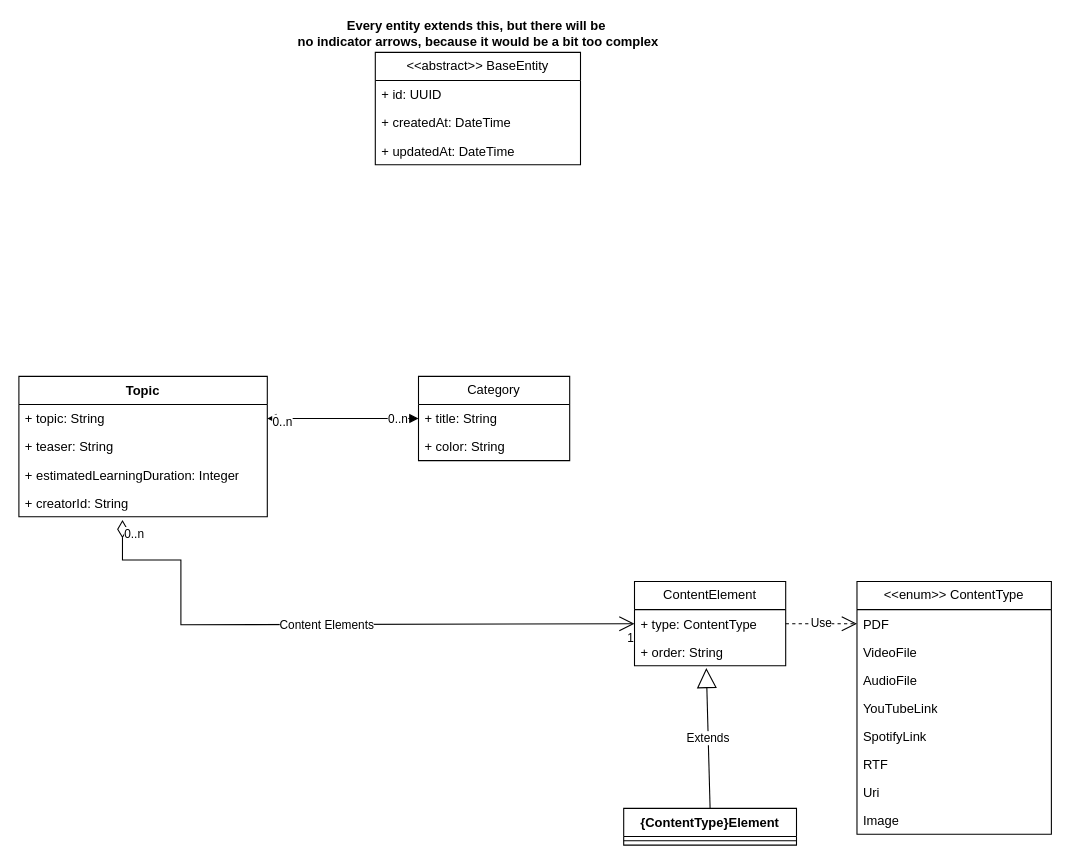
The draw.io diagram docs/data-model/diagram.drawio in thi-projekte/lernplattform, before the edit. Source tidied: cells renumbered, new cells numbered last; positions are measured from the earlier drawing's top-left corner, leaving out a move shared by most shapes. Both pictures are drawn from the tidied source at 108%, with x=0, y=0 at pixel (18, 19).
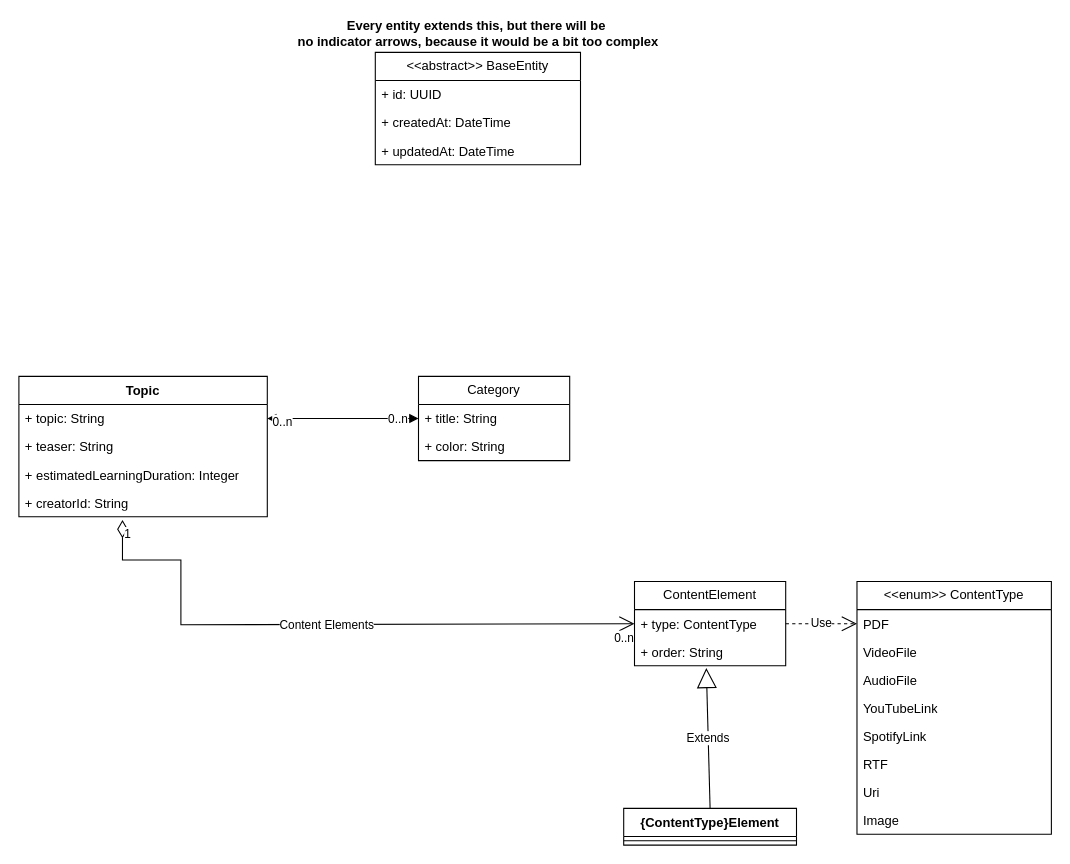
The same page after the edit.

Commit message (it also covers changes not shown here):
fix(docs): Updated data model for topics

Unchanged cells that the change refers to:
```xml
<mxCell id="27" value="Content Elements" style="endArrow=open;html=1;endSize=12;startArrow=diamondThin;startSize=14;startFill=0;edgeStyle=orthogonalEdgeStyle;rounded=0;exitX=0.417;exitY=1.115;exitDx=0;exitDy=0;exitPerimeter=0;entryX=0;entryY=0.5;entryDx=0;entryDy=0;" parent="1" edge="1" source="6" target="15">
  <mxGeometry relative="1" as="geometry">
    <Array as="points">
      <mxPoint x="146" y="500" />
      <mxPoint x="150" y="500" />
      <mxPoint x="150" y="560" />
      <mxPoint x="330" y="560" />
    </Array>
  </mxGeometry>
</mxCell>
```

What changed in the source:
```diff
@@
-    <mxCell id="28" value="0..n" style="edgeLabel;html=1;align=left;verticalAlign=top;" parent="27" vertex="1">
+    <mxCell id="28" value="1" style="edgeLabel;html=1;align=left;verticalAlign=top;" parent="27" vertex="1">
       <mxGeometry x="-1" relative="1" as="geometry" />
     </mxCell>
-    <mxCell id="29" value="1" style="edgeLabel;html=1;align=right;verticalAlign=top;" parent="27" vertex="1">
+    <mxCell id="29" value="0..n" style="edgeLabel;html=1;align=right;verticalAlign=top;" parent="27" vertex="1">
       <mxGeometry x="1" relative="1" as="geometry" />
     </mxCell>
```
